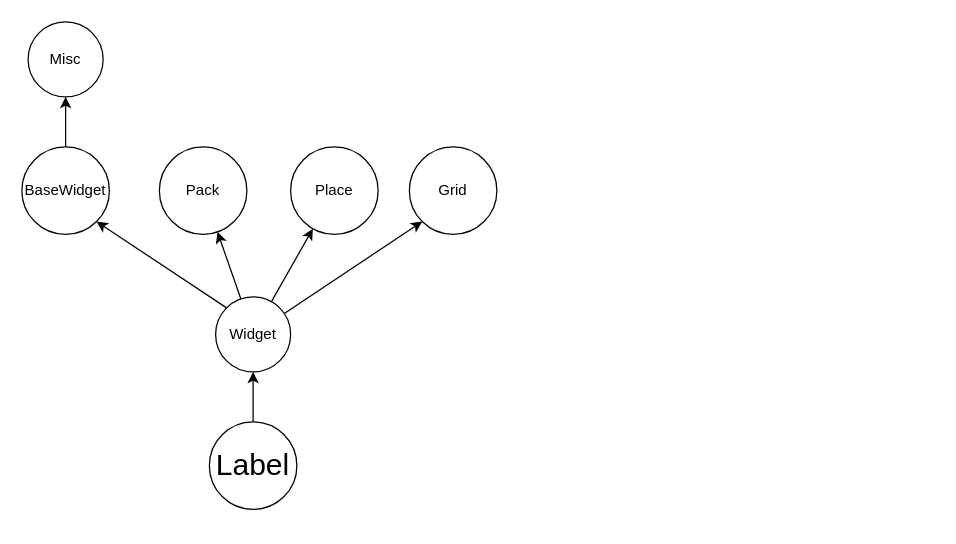
This is tkinter.drawio from cadi2015/drawIO, a draw.io file, before an edit. Source tidied: cells renumbered, new cells numbered last; positions are measured from the earlier drawing's top-left corner, leaving out a move shared by most shapes. Both pictures are drawn from the tidied source at 125%, with x=0, y=0 at pixel (21, 21).
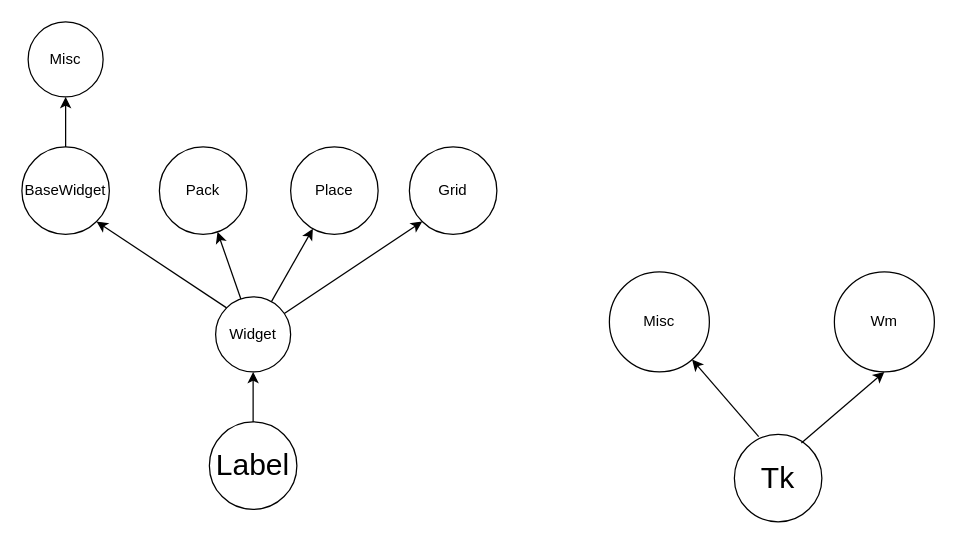
After the change.

Change to the diagram source:
```diff
@@
 <mxGraphModel>
   <root>
     <mxCell id="0" />
     <mxCell id="1" parent="0" />
     <mxCell id="2" style="edgeStyle=orthogonalEdgeStyle;rounded=0;jettySize=auto;html=1;entryX=0.5;entryY=1;entryDx=0;entryDy=0;" parent="1" edge="1" source="3" target="4">
       <mxGeometry relative="1" as="geometry" />
     </mxCell>
     <mxCell id="3" value="&lt;font style=&quot;font-size: 24px&quot;&gt;Label&lt;/font&gt;" style="ellipse;whiteSpace=wrap;html=1;" parent="1" vertex="1">
       <mxGeometry x="150" y="320" width="70" height="70" as="geometry" />
     </mxCell>
     <mxCell id="4" value="Widget" style="ellipse;whiteSpace=wrap;html=1;" parent="1" vertex="1">
       <mxGeometry x="155" y="220" width="60" height="60" as="geometry" />
     </mxCell>
     <mxCell id="5" style="edgeStyle=orthogonalEdgeStyle;rounded=0;jettySize=auto;html=1;entryX=0.5;entryY=1;entryDx=0;entryDy=0;" parent="1" edge="1" source="6" target="14">
       <mxGeometry relative="1" as="geometry" />
     </mxCell>
     <mxCell id="6" value="BaseWidget" style="ellipse;whiteSpace=wrap;html=1;" parent="1" vertex="1">
       <mxGeometry y="100" width="70" height="70" as="geometry" />
     </mxCell>
     <mxCell id="7" style="endArrow=classic;html=1;rounded=0;entryX=1;entryY=1;entryDx=0;entryDy=0;exitX=0;exitY=0;exitDx=0;exitDy=0;" parent="1" edge="1" source="4" target="6">
       <mxGeometry relative="1" as="geometry" />
     </mxCell>
     <mxCell id="8" value="Pack" style="ellipse;whiteSpace=wrap;html=1;" parent="1" vertex="1">
       <mxGeometry x="110" y="100" width="70" height="70" as="geometry" />
     </mxCell>
     <mxCell id="9" value="Place" style="ellipse;whiteSpace=wrap;html=1;" parent="1" vertex="1">
       <mxGeometry x="215" y="100" width="70" height="70" as="geometry" />
     </mxCell>
     <mxCell id="10" style="endArrow=classic;html=1;rounded=0;" parent="1" edge="1" source="4" target="9">
       <mxGeometry relative="1" as="geometry" />
     </mxCell>
     <mxCell id="11" value="Grid" style="ellipse;whiteSpace=wrap;html=1;" parent="1" vertex="1">
       <mxGeometry x="310" y="100" width="70" height="70" as="geometry" />
     </mxCell>
     <mxCell id="12" style="endArrow=classic;html=1;rounded=0;entryX=0;entryY=1;entryDx=0;entryDy=0;" parent="1" edge="1" source="4" target="11">
       <mxGeometry relative="1" as="geometry" />
     </mxCell>
     <mxCell id="13" style="endArrow=classic;html=1;rounded=0;" parent="1" edge="1" source="4" target="8">
       <mxGeometry relative="1" as="geometry" />
     </mxCell>
     <mxCell id="14" value="Misc" style="ellipse;whiteSpace=wrap;html=1;" parent="1" vertex="1">
       <mxGeometry x="5" width="60" height="60" as="geometry" />
     </mxCell>
+    <mxCell id="15" value="&lt;font style=&quot;font-size: 24px&quot;&gt;Tk&lt;/font&gt;" style="ellipse;whiteSpace=wrap;html=1;" parent="1" vertex="1">
+      <mxGeometry x="570" y="330" width="70" height="70" as="geometry" />
+    </mxCell>
+    <mxCell id="16" value="Misc" style="ellipse;whiteSpace=wrap;html=1;" parent="1" vertex="1">
+      <mxGeometry x="470" y="200" width="80" height="80" as="geometry" />
+    </mxCell>
+    <mxCell id="17" value="Wm" style="ellipse;whiteSpace=wrap;html=1;" parent="1" vertex="1">
+      <mxGeometry x="650" y="200" width="80" height="80" as="geometry" />
+    </mxCell>
+    <mxCell id="18" style="endArrow=classic;html=1;rounded=0;exitX=0.278;exitY=0.026;exitDx=0;exitDy=0;exitPerimeter=0;" parent="1" edge="1" source="15" target="16">
+      <mxGeometry relative="1" as="geometry" />
+    </mxCell>
+    <mxCell id="19" style="endArrow=classic;html=1;rounded=0;exitX=0.766;exitY=0.099;exitDx=0;exitDy=0;entryX=0.5;entryY=1;entryDx=0;entryDy=0;exitPerimeter=0;" parent="1" edge="1" source="15" target="17">
+      <mxGeometry relative="1" as="geometry" />
+    </mxCell>
   </root>
 </mxGraphModel>
```
